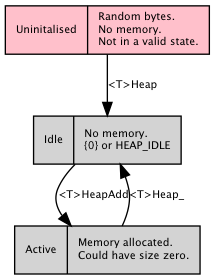
neil-edelman/boxes keeps this Graphviz diagram as web/states.png. Above is the earlier version. Its source is kept beside it as web/states.gv.
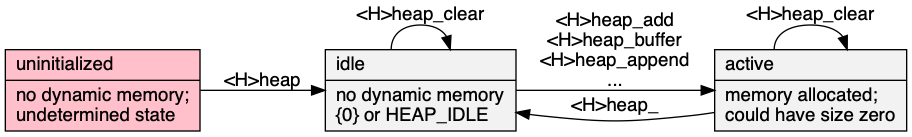
The same diagram one commit later.

Diff of the diagram source:
```diff
@@ -1,14 +1,13 @@
 digraph {
-	fontname = "Bitstream Vera Sans"
-	fontsize = 8
-	node [ fontname = "Bitstream Vera Sans" fontsize = 8 shape = "record" ]
-	edge [ fontname = "Bitstream Vera Sans" fontsize = 8 ]
-
-	node [ shape=record, style=filled ];
-	null [ label = "Uninitalised|Random bytes.\lNo memory.\lNot in a valid state.\l", fillcolor = pink ];
-	static [ label = "Idle|No memory.\l\{0\} or HEAP_IDLE\l" ];
-	dynamic [ label = "Active|Memory allocated.\lCould have size zero.\l" ];
-	null -> static [ label = "<T>Heap" ];
-	static -> dynamic [ label = "<T>HeapAdd\l" ];
-	dynamic -> static [ label = "<T>Heap_" ];
+	graph [rankdir=LR, truecolor=true, bgcolor=transparent, fontname="Bitstream Vera Sans"];
+	node [shape=record, style=filled, fillcolor="Grey95", fontname="Bitstream Vera Sans"];
+	edge [fontname="Bitstream Vera Sans"];
+	null [ label = "uninitialized\l|no dynamic memory;\lundetermined state\l", fillcolor = pink ];
+	static [ label = "idle\l|no dynamic memory\l\{0\} or HEAP_IDLE\l" ];
+	dynamic [ label = "active\l|memory allocated;\lcould have size zero\l" ];
+	null -> static [ label = "<H>heap" ];
+	static -> dynamic [ label = "<H>heap_add\n<H>heap_buffer\n<H>heap_append\n..." ];
+	dynamic -> static [ label = "<H>heap_" ];
+	static -> static [ label = "<H>heap_clear" ];
+	dynamic -> dynamic [ label = "<H>heap_clear" ];
 }
```
